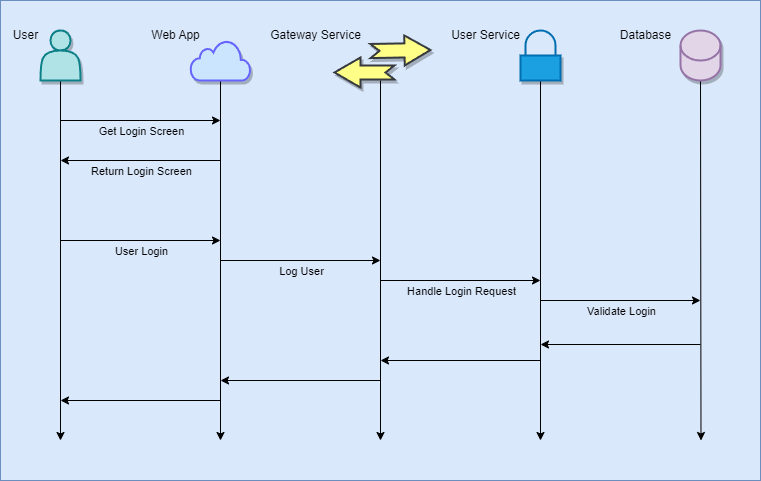
Earlier version of the draw.io export docs/images/06_login.drawio.png (Arquisoft/wiq_es05b). Source tidied: cells renumbered, new cells last; positions are measured from the earlier drawing's top-left corner, leaving out a move shared by most shapes.
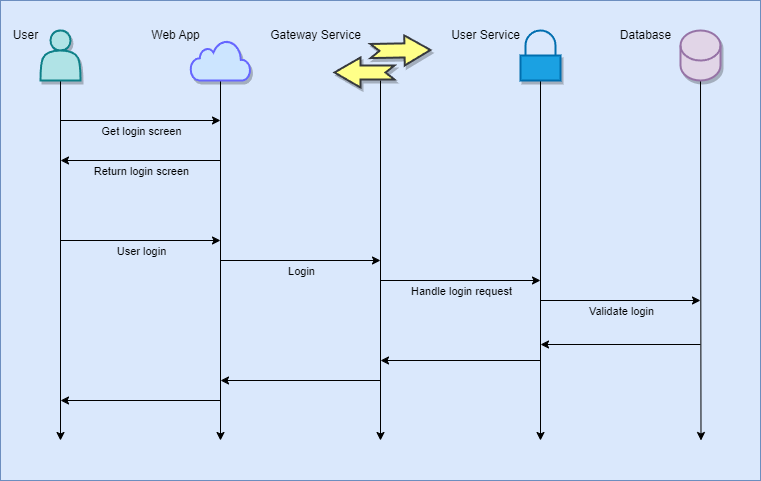
The same file after the commit.

The edit, as a diff of the source:
```diff
@@ -11,7 +11,7 @@
         <mxPoint x="380" y="260" as="targetPoint" />
       </mxGeometry>
     </mxCell>
-    <mxCell id="4" value="Log User" style="edgeLabel;html=1;align=center;verticalAlign=middle;labelBackgroundColor=none;" parent="3" vertex="1">
+    <mxCell id="4" value="Login" style="edgeLabel;html=1;align=center;verticalAlign=middle;labelBackgroundColor=none;" parent="3" vertex="1">
       <mxGeometry x="-0.39" relative="1" as="geometry">
         <mxPoint x="31" y="10" as="offset" />
       </mxGeometry>
@@ -52,7 +52,7 @@
         <mxPoint x="220" y="120" as="targetPoint" />
       </mxGeometry>
     </mxCell>
-    <mxCell id="13" value="Get Login Screen" style="edgeLabel;html=1;align=center;verticalAlign=middle;labelBackgroundColor=none;" parent="12" vertex="1">
+    <mxCell id="13" value="Get login screen" style="edgeLabel;html=1;align=center;verticalAlign=middle;labelBackgroundColor=none;" parent="12" vertex="1">
       <mxGeometry x="-0.4" y="2" relative="1" as="geometry">
         <mxPoint x="32" y="12" as="offset" />
       </mxGeometry>
@@ -63,7 +63,7 @@
         <mxPoint x="60" y="160" as="targetPoint" />
       </mxGeometry>
     </mxCell>
-    <mxCell id="15" value="Return Login Screen" style="edgeLabel;html=1;align=center;verticalAlign=middle;labelBackgroundColor=none;" parent="14" vertex="1">
+    <mxCell id="15" value="Return login screen" style="edgeLabel;html=1;align=center;verticalAlign=middle;labelBackgroundColor=none;" parent="14" vertex="1">
       <mxGeometry x="-0.17" y="-3" relative="1" as="geometry">
         <mxPoint x="-14" y="13" as="offset" />
       </mxGeometry>
@@ -74,7 +74,7 @@
         <mxPoint x="220" y="240" as="targetPoint" />
       </mxGeometry>
     </mxCell>
-    <mxCell id="17" value="User Login" style="edgeLabel;html=1;align=center;verticalAlign=middle;labelBackgroundColor=none;" parent="16" vertex="1">
+    <mxCell id="17" value="User login" style="edgeLabel;html=1;align=center;verticalAlign=middle;labelBackgroundColor=none;" parent="16" vertex="1">
       <mxGeometry x="-0.39" relative="1" as="geometry">
         <mxPoint x="31" y="10" as="offset" />
       </mxGeometry>
@@ -85,7 +85,7 @@
         <mxPoint x="540" y="280" as="targetPoint" />
       </mxGeometry>
     </mxCell>
-    <mxCell id="19" value="Handle Login Request" style="edgeLabel;html=1;align=center;verticalAlign=middle;labelBackgroundColor=none;" parent="18" vertex="1">
+    <mxCell id="19" value="Handle login request" style="edgeLabel;html=1;align=center;verticalAlign=middle;labelBackgroundColor=none;" parent="18" vertex="1">
       <mxGeometry x="-0.39" y="3" relative="1" as="geometry">
         <mxPoint x="32" y="13" as="offset" />
       </mxGeometry>
@@ -102,7 +102,7 @@
         <mxPoint x="700" y="300" as="targetPoint" />
       </mxGeometry>
     </mxCell>
-    <mxCell id="22" value="Validate Login" style="edgeLabel;html=1;align=center;verticalAlign=middle;labelBackgroundColor=none;" parent="21" vertex="1">
+    <mxCell id="22" value="Validate login" style="edgeLabel;html=1;align=center;verticalAlign=middle;labelBackgroundColor=none;" parent="21" vertex="1">
       <mxGeometry x="0.15" y="2" relative="1" as="geometry">
         <mxPoint x="-12" y="12" as="offset" />
       </mxGeometry>
```
